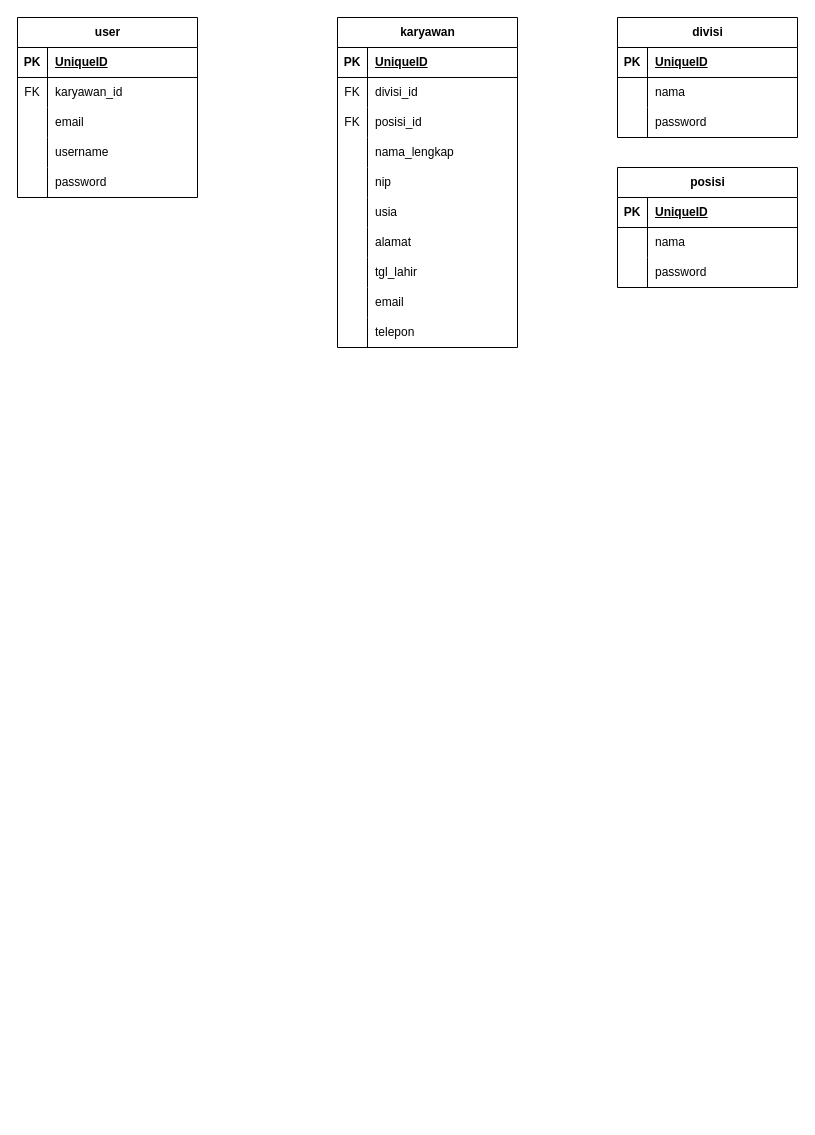
The draw.io diagram dbms-rental-app.drawio in Hudha11/dbms_rental-app, before the edit. Source tidied: cells renumbered, new cells numbered last; positions are measured from the earlier drawing's top-left corner, leaving out a move shared by most shapes. Both pictures are drawn from the tidied source at 100%, with x=0, y=0 at pixel (17, 17).
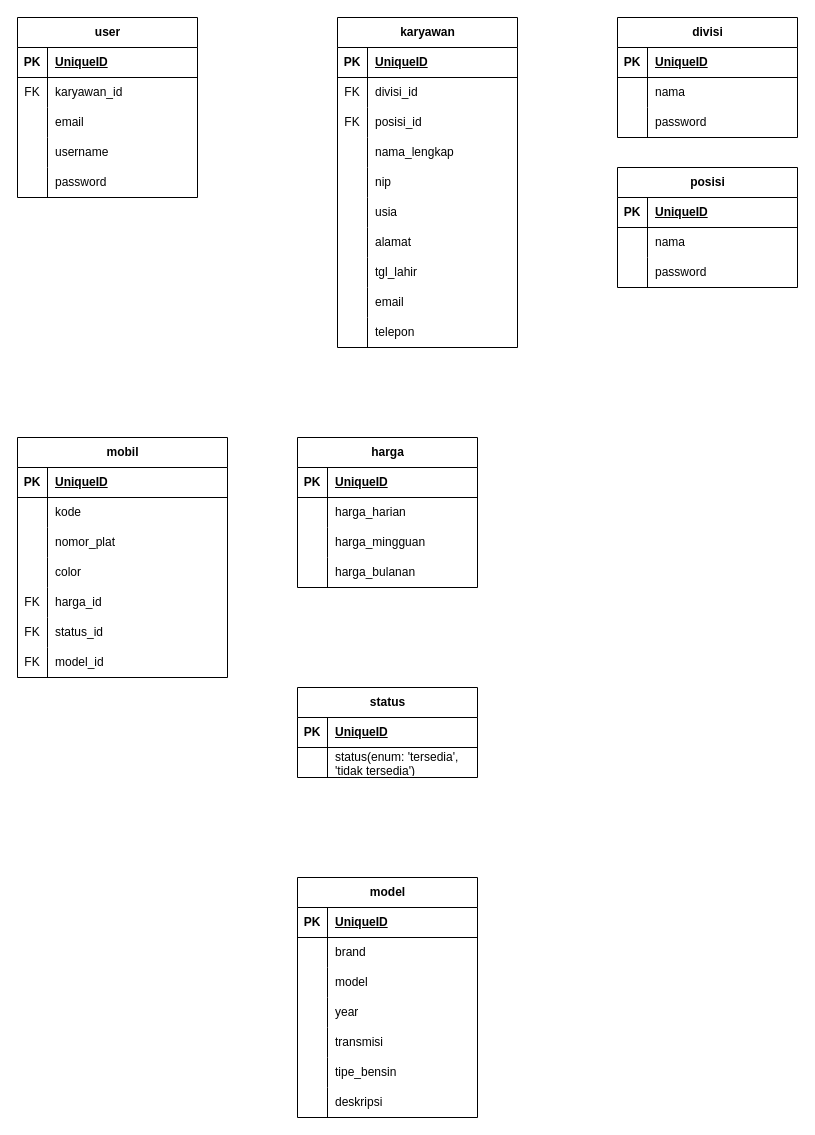
The same page after the edit.

Change to the diagram source:
```diff
@@
+    <mxCell id="69" value="mobil" style="shape=table;startSize=30;childLayout=tableLayout;rowLines=0;fontStyle=1;align=center;html=1;" parent="1" vertex="1">
+      <mxGeometry y="420" width="210" height="240" as="geometry" />
+    </mxCell>
+    <mxCell id="70" style="shape=tableRow;horizontal=0;startSize=0;swimlaneHead=0;swimlaneBody=0;fillColor=none;top=0;left=0;right=0;bottom=1;" parent="69" vertex="1">
+      <mxGeometry y="30" width="210" height="30" as="geometry" />
+    </mxCell>
+    <mxCell id="71" value="PK" style="shape=partialRectangle;fillColor=none;top=0;left=0;bottom=0;right=0;fontStyle=1;overflow=hidden;whiteSpace=wrap;html=1;" parent="70" vertex="1">
+      <mxGeometry width="30" height="30" as="geometry" />
+    </mxCell>
+    <mxCell id="72" value="UniqueID" style="shape=partialRectangle;fillColor=none;top=0;left=0;bottom=0;right=0;align=left;spacingLeft=6;fontStyle=5;overflow=hidden;whiteSpace=wrap;html=1;" parent="70" vertex="1">
+      <mxGeometry x="30" width="180" height="30" as="geometry" />
+    </mxCell>
+    <mxCell id="73" style="shape=tableRow;horizontal=0;startSize=0;swimlaneHead=0;swimlaneBody=0;fillColor=none;top=0;left=0;right=0;bottom=0;" parent="69" vertex="1">
+      <mxGeometry y="60" width="210" height="30" as="geometry" />
+    </mxCell>
+    <mxCell id="74" style="shape=partialRectangle;fillColor=none;top=0;left=0;bottom=0;right=0;overflow=hidden;whiteSpace=wrap;html=1;" parent="73" vertex="1">
+      <mxGeometry width="30" height="30" as="geometry" />
+    </mxCell>
+    <mxCell id="75" value="kode" style="shape=partialRectangle;fillColor=none;top=0;left=0;bottom=0;right=0;align=left;spacingLeft=6;overflow=hidden;whiteSpace=wrap;html=1;" parent="73" vertex="1">
+      <mxGeometry x="30" width="180" height="30" as="geometry" />
+    </mxCell>
+    <mxCell id="76" style="shape=tableRow;horizontal=0;startSize=0;swimlaneHead=0;swimlaneBody=0;fillColor=none;top=0;left=0;right=0;bottom=0;" parent="69" vertex="1">
+      <mxGeometry y="90" width="210" height="30" as="geometry" />
+    </mxCell>
+    <mxCell id="77" style="shape=partialRectangle;fillColor=none;top=0;left=0;bottom=0;right=0;overflow=hidden;whiteSpace=wrap;html=1;" parent="76" vertex="1">
+      <mxGeometry width="30" height="30" as="geometry" />
+    </mxCell>
+    <mxCell id="78" value="nomor_plat" style="shape=partialRectangle;fillColor=none;top=0;left=0;bottom=0;right=0;align=left;spacingLeft=6;overflow=hidden;whiteSpace=wrap;html=1;" parent="76" vertex="1">
+      <mxGeometry x="30" width="180" height="30" as="geometry" />
+    </mxCell>
+    <mxCell id="79" style="shape=tableRow;horizontal=0;startSize=0;swimlaneHead=0;swimlaneBody=0;fillColor=none;top=0;left=0;right=0;bottom=0;" parent="69" vertex="1">
+      <mxGeometry y="120" width="210" height="30" as="geometry" />
+    </mxCell>
+    <mxCell id="80" style="shape=partialRectangle;fillColor=none;top=0;left=0;bottom=0;right=0;overflow=hidden;whiteSpace=wrap;html=1;" parent="79" vertex="1">
+      <mxGeometry width="30" height="30" as="geometry" />
+    </mxCell>
+    <mxCell id="81" value="color" style="shape=partialRectangle;fillColor=none;top=0;left=0;bottom=0;right=0;align=left;spacingLeft=6;overflow=hidden;whiteSpace=wrap;html=1;" parent="79" vertex="1">
+      <mxGeometry x="30" width="180" height="30" as="geometry" />
+    </mxCell>
+    <mxCell id="82" style="shape=tableRow;horizontal=0;startSize=0;swimlaneHead=0;swimlaneBody=0;fillColor=none;top=0;left=0;right=0;bottom=0;" parent="69" vertex="1">
+      <mxGeometry y="150" width="210" height="30" as="geometry" />
+    </mxCell>
+    <mxCell id="83" value="FK" style="shape=partialRectangle;fillColor=none;top=0;left=0;bottom=0;right=0;overflow=hidden;whiteSpace=wrap;html=1;" parent="82" vertex="1">
+      <mxGeometry width="30" height="30" as="geometry" />
+    </mxCell>
+    <mxCell id="84" value="harga_id" style="shape=partialRectangle;fillColor=none;top=0;left=0;bottom=0;right=0;align=left;spacingLeft=6;overflow=hidden;whiteSpace=wrap;html=1;" parent="82" vertex="1">
+      <mxGeometry x="30" width="180" height="30" as="geometry" />
+    </mxCell>
+    <mxCell id="85" style="shape=tableRow;horizontal=0;startSize=0;swimlaneHead=0;swimlaneBody=0;fillColor=none;top=0;left=0;right=0;bottom=0;" parent="69" vertex="1">
+      <mxGeometry y="180" width="210" height="30" as="geometry" />
+    </mxCell>
+    <mxCell id="86" value="FK" style="shape=partialRectangle;fillColor=none;top=0;left=0;bottom=0;right=0;overflow=hidden;whiteSpace=wrap;html=1;" parent="85" vertex="1">
+      <mxGeometry width="30" height="30" as="geometry" />
+    </mxCell>
+    <mxCell id="87" value="status_id" style="shape=partialRectangle;fillColor=none;top=0;left=0;bottom=0;right=0;align=left;spacingLeft=6;overflow=hidden;whiteSpace=wrap;html=1;" parent="85" vertex="1">
+      <mxGeometry x="30" width="180" height="30" as="geometry" />
+    </mxCell>
+    <mxCell id="88" style="shape=tableRow;horizontal=0;startSize=0;swimlaneHead=0;swimlaneBody=0;fillColor=none;top=0;left=0;right=0;bottom=0;" parent="69" vertex="1">
+      <mxGeometry y="210" width="210" height="30" as="geometry" />
+    </mxCell>
+    <mxCell id="89" value="FK" style="shape=partialRectangle;fillColor=none;top=0;left=0;bottom=0;right=0;overflow=hidden;whiteSpace=wrap;html=1;" parent="88" vertex="1">
+      <mxGeometry width="30" height="30" as="geometry" />
+    </mxCell>
+    <mxCell id="90" value="model_id" style="shape=partialRectangle;fillColor=none;top=0;left=0;bottom=0;right=0;align=left;spacingLeft=6;overflow=hidden;whiteSpace=wrap;html=1;" parent="88" vertex="1">
+      <mxGeometry x="30" width="180" height="30" as="geometry" />
+    </mxCell>
+    <mxCell id="91" value="status" style="shape=table;startSize=30;childLayout=tableLayout;rowLines=0;fontStyle=1;align=center;html=1;" parent="1" vertex="1">
+      <mxGeometry x="280" y="670" width="180" height="90" as="geometry" />
+    </mxCell>
+    <mxCell id="92" style="shape=tableRow;horizontal=0;startSize=0;swimlaneHead=0;swimlaneBody=0;fillColor=none;top=0;left=0;right=0;bottom=1;" parent="91" vertex="1">
+      <mxGeometry y="30" width="180" height="30" as="geometry" />
+    </mxCell>
+    <mxCell id="93" value="PK" style="shape=partialRectangle;fillColor=none;top=0;left=0;bottom=0;right=0;fontStyle=1;overflow=hidden;whiteSpace=wrap;html=1;" parent="92" vertex="1">
+      <mxGeometry width="30" height="30" as="geometry" />
+    </mxCell>
+    <mxCell id="94" value="UniqueID" style="shape=partialRectangle;fillColor=none;top=0;left=0;bottom=0;right=0;align=left;spacingLeft=6;fontStyle=5;overflow=hidden;whiteSpace=wrap;html=1;" parent="92" vertex="1">
+      <mxGeometry x="30" width="150" height="30" as="geometry" />
+    </mxCell>
+    <mxCell id="95" style="shape=tableRow;horizontal=0;startSize=0;swimlaneHead=0;swimlaneBody=0;fillColor=none;top=0;left=0;right=0;bottom=0;" parent="91" vertex="1">
+      <mxGeometry y="60" width="180" height="30" as="geometry" />
+    </mxCell>
+    <mxCell id="96" style="shape=partialRectangle;fillColor=none;top=0;left=0;bottom=0;right=0;overflow=hidden;whiteSpace=wrap;html=1;" parent="95" vertex="1">
+      <mxGeometry width="30" height="30" as="geometry" />
+    </mxCell>
+    <mxCell id="97" value="status(enum: 'tersedia', 'tidak tersedia')" style="shape=partialRectangle;fillColor=none;top=0;left=0;bottom=0;right=0;align=left;spacingLeft=6;overflow=hidden;whiteSpace=wrap;html=1;" parent="95" vertex="1">
+      <mxGeometry x="30" width="150" height="30" as="geometry" />
+    </mxCell>
+    <mxCell id="98" value="harga" style="shape=table;startSize=30;childLayout=tableLayout;rowLines=0;fontStyle=1;align=center;html=1;" parent="1" vertex="1">
+      <mxGeometry x="280" y="420" width="180" height="150" as="geometry" />
+    </mxCell>
+    <mxCell id="99" style="shape=tableRow;horizontal=0;startSize=0;swimlaneHead=0;swimlaneBody=0;fillColor=none;top=0;left=0;right=0;bottom=1;" parent="98" vertex="1">
+      <mxGeometry y="30" width="180" height="30" as="geometry" />
+    </mxCell>
+    <mxCell id="100" value="PK" style="shape=partialRectangle;fillColor=none;top=0;left=0;bottom=0;right=0;fontStyle=1;overflow=hidden;whiteSpace=wrap;html=1;" parent="99" vertex="1">
+      <mxGeometry width="30" height="30" as="geometry" />
+    </mxCell>
+    <mxCell id="101" value="UniqueID" style="shape=partialRectangle;fillColor=none;top=0;left=0;bottom=0;right=0;align=left;spacingLeft=6;fontStyle=5;overflow=hidden;whiteSpace=wrap;html=1;" parent="99" vertex="1">
+      <mxGeometry x="30" width="150" height="30" as="geometry" />
+    </mxCell>
+    <mxCell id="102" style="shape=tableRow;horizontal=0;startSize=0;swimlaneHead=0;swimlaneBody=0;fillColor=none;top=0;left=0;right=0;bottom=0;" parent="98" vertex="1">
+      <mxGeometry y="60" width="180" height="30" as="geometry" />
+    </mxCell>
+    <mxCell id="103" style="shape=partialRectangle;fillColor=none;top=0;left=0;bottom=0;right=0;overflow=hidden;whiteSpace=wrap;html=1;" parent="102" vertex="1">
+      <mxGeometry width="30" height="30" as="geometry" />
+    </mxCell>
+    <mxCell id="104" value="harga_harian" style="shape=partialRectangle;fillColor=none;top=0;left=0;bottom=0;right=0;align=left;spacingLeft=6;overflow=hidden;whiteSpace=wrap;html=1;" parent="102" vertex="1">
+      <mxGeometry x="30" width="150" height="30" as="geometry" />
+    </mxCell>
+    <mxCell id="105" style="shape=tableRow;horizontal=0;startSize=0;swimlaneHead=0;swimlaneBody=0;fillColor=none;top=0;left=0;right=0;bottom=0;" parent="98" vertex="1">
+      <mxGeometry y="90" width="180" height="30" as="geometry" />
+    </mxCell>
+    <mxCell id="106" style="shape=partialRectangle;fillColor=none;top=0;left=0;bottom=0;right=0;overflow=hidden;whiteSpace=wrap;html=1;" parent="105" vertex="1">
+      <mxGeometry width="30" height="30" as="geometry" />
+    </mxCell>
+    <mxCell id="107" value="harga_mingguan" style="shape=partialRectangle;fillColor=none;top=0;left=0;bottom=0;right=0;align=left;spacingLeft=6;overflow=hidden;whiteSpace=wrap;html=1;" parent="105" vertex="1">
+      <mxGeometry x="30" width="150" height="30" as="geometry" />
+    </mxCell>
+    <mxCell id="108" style="shape=tableRow;horizontal=0;startSize=0;swimlaneHead=0;swimlaneBody=0;fillColor=none;top=0;left=0;right=0;bottom=0;" parent="98" vertex="1">
+      <mxGeometry y="120" width="180" height="30" as="geometry" />
+    </mxCell>
+    <mxCell id="109" style="shape=partialRectangle;fillColor=none;top=0;left=0;bottom=0;right=0;overflow=hidden;whiteSpace=wrap;html=1;" parent="108" vertex="1">
+      <mxGeometry width="30" height="30" as="geometry" />
+    </mxCell>
+    <mxCell id="110" value="harga_bulanan" style="shape=partialRectangle;fillColor=none;top=0;left=0;bottom=0;right=0;align=left;spacingLeft=6;overflow=hidden;whiteSpace=wrap;html=1;" parent="108" vertex="1">
+      <mxGeometry x="30" width="150" height="30" as="geometry" />
+    </mxCell>
+    <mxCell id="111" value="model" style="shape=table;startSize=30;childLayout=tableLayout;rowLines=0;fontStyle=1;align=center;html=1;" parent="1" vertex="1">
+      <mxGeometry x="280" y="860" width="180" height="240" as="geometry" />
+    </mxCell>
+    <mxCell id="112" style="shape=tableRow;horizontal=0;startSize=0;swimlaneHead=0;swimlaneBody=0;fillColor=none;top=0;left=0;right=0;bottom=1;" parent="111" vertex="1">
+      <mxGeometry y="30" width="180" height="30" as="geometry" />
+    </mxCell>
+    <mxCell id="113" value="PK" style="shape=partialRectangle;fillColor=none;top=0;left=0;bottom=0;right=0;fontStyle=1;overflow=hidden;whiteSpace=wrap;html=1;" parent="112" vertex="1">
+      <mxGeometry width="30" height="30" as="geometry" />
+    </mxCell>
+    <mxCell id="114" value="UniqueID" style="shape=partialRectangle;fillColor=none;top=0;left=0;bottom=0;right=0;align=left;spacingLeft=6;fontStyle=5;overflow=hidden;whiteSpace=wrap;html=1;" parent="112" vertex="1">
+      <mxGeometry x="30" width="150" height="30" as="geometry" />
+    </mxCell>
+    <mxCell id="115" style="shape=tableRow;horizontal=0;startSize=0;swimlaneHead=0;swimlaneBody=0;fillColor=none;top=0;left=0;right=0;bottom=0;" parent="111" vertex="1">
+      <mxGeometry y="60" width="180" height="30" as="geometry" />
+    </mxCell>
+    <mxCell id="116" style="shape=partialRectangle;fillColor=none;top=0;left=0;bottom=0;right=0;overflow=hidden;whiteSpace=wrap;html=1;" parent="115" vertex="1">
+      <mxGeometry width="30" height="30" as="geometry" />
+    </mxCell>
+    <mxCell id="117" value="brand" style="shape=partialRectangle;fillColor=none;top=0;left=0;bottom=0;right=0;align=left;spacingLeft=6;overflow=hidden;whiteSpace=wrap;html=1;" parent="115" vertex="1">
+      <mxGeometry x="30" width="150" height="30" as="geometry" />
+    </mxCell>
+    <mxCell id="118" style="shape=tableRow;horizontal=0;startSize=0;swimlaneHead=0;swimlaneBody=0;fillColor=none;top=0;left=0;right=0;bottom=0;" parent="111" vertex="1">
+      <mxGeometry y="90" width="180" height="30" as="geometry" />
+    </mxCell>
+    <mxCell id="119" style="shape=partialRectangle;fillColor=none;top=0;left=0;bottom=0;right=0;overflow=hidden;whiteSpace=wrap;html=1;" parent="118" vertex="1">
+      <mxGeometry width="30" height="30" as="geometry" />
+    </mxCell>
+    <mxCell id="120" value="model" style="shape=partialRectangle;fillColor=none;top=0;left=0;bottom=0;right=0;align=left;spacingLeft=6;overflow=hidden;whiteSpace=wrap;html=1;" parent="118" vertex="1">
+      <mxGeometry x="30" width="150" height="30" as="geometry" />
+    </mxCell>
+    <mxCell id="121" style="shape=tableRow;horizontal=0;startSize=0;swimlaneHead=0;swimlaneBody=0;fillColor=none;top=0;left=0;right=0;bottom=0;" parent="111" vertex="1">
+      <mxGeometry y="120" width="180" height="30" as="geometry" />
+    </mxCell>
+    <mxCell id="122" style="shape=partialRectangle;fillColor=none;top=0;left=0;bottom=0;right=0;overflow=hidden;whiteSpace=wrap;html=1;" parent="121" vertex="1">
+      <mxGeometry width="30" height="30" as="geometry" />
+    </mxCell>
+    <mxCell id="123" value="year" style="shape=partialRectangle;fillColor=none;top=0;left=0;bottom=0;right=0;align=left;spacingLeft=6;overflow=hidden;whiteSpace=wrap;html=1;" parent="121" vertex="1">
+      <mxGeometry x="30" width="150" height="30" as="geometry" />
+    </mxCell>
+    <mxCell id="124" style="shape=tableRow;horizontal=0;startSize=0;swimlaneHead=0;swimlaneBody=0;fillColor=none;top=0;left=0;right=0;bottom=0;" parent="111" vertex="1">
+      <mxGeometry y="150" width="180" height="30" as="geometry" />
+    </mxCell>
+    <mxCell id="125" style="shape=partialRectangle;fillColor=none;top=0;left=0;bottom=0;right=0;overflow=hidden;whiteSpace=wrap;html=1;" parent="124" vertex="1">
+      <mxGeometry width="30" height="30" as="geometry" />
+    </mxCell>
+    <mxCell id="126" value="transmisi" style="shape=partialRectangle;fillColor=none;top=0;left=0;bottom=0;right=0;align=left;spacingLeft=6;overflow=hidden;whiteSpace=wrap;html=1;" parent="124" vertex="1">
+      <mxGeometry x="30" width="150" height="30" as="geometry" />
+    </mxCell>
+    <mxCell id="127" style="shape=tableRow;horizontal=0;startSize=0;swimlaneHead=0;swimlaneBody=0;fillColor=none;top=0;left=0;right=0;bottom=0;" parent="111" vertex="1">
+      <mxGeometry y="180" width="180" height="30" as="geometry" />
+    </mxCell>
+    <mxCell id="128" style="shape=partialRectangle;fillColor=none;top=0;left=0;bottom=0;right=0;overflow=hidden;whiteSpace=wrap;html=1;" parent="127" vertex="1">
+      <mxGeometry width="30" height="30" as="geometry" />
+    </mxCell>
+    <mxCell id="129" value="tipe_bensin" style="shape=partialRectangle;fillColor=none;top=0;left=0;bottom=0;right=0;align=left;spacingLeft=6;overflow=hidden;whiteSpace=wrap;html=1;" parent="127" vertex="1">
+      <mxGeometry x="30" width="150" height="30" as="geometry" />
+    </mxCell>
+    <mxCell id="130" style="shape=tableRow;horizontal=0;startSize=0;swimlaneHead=0;swimlaneBody=0;fillColor=none;top=0;left=0;right=0;bottom=0;" parent="111" vertex="1">
+      <mxGeometry y="210" width="180" height="30" as="geometry" />
+    </mxCell>
+    <mxCell id="131" style="shape=partialRectangle;fillColor=none;top=0;left=0;bottom=0;right=0;overflow=hidden;whiteSpace=wrap;html=1;" parent="130" vertex="1">
+      <mxGeometry width="30" height="30" as="geometry" />
+    </mxCell>
+    <mxCell id="132" value="deskripsi" style="shape=partialRectangle;fillColor=none;top=0;left=0;bottom=0;right=0;align=left;spacingLeft=6;overflow=hidden;whiteSpace=wrap;html=1;" parent="130" vertex="1">
+      <mxGeometry x="30" width="150" height="30" as="geometry" />
+    </mxCell>
```
